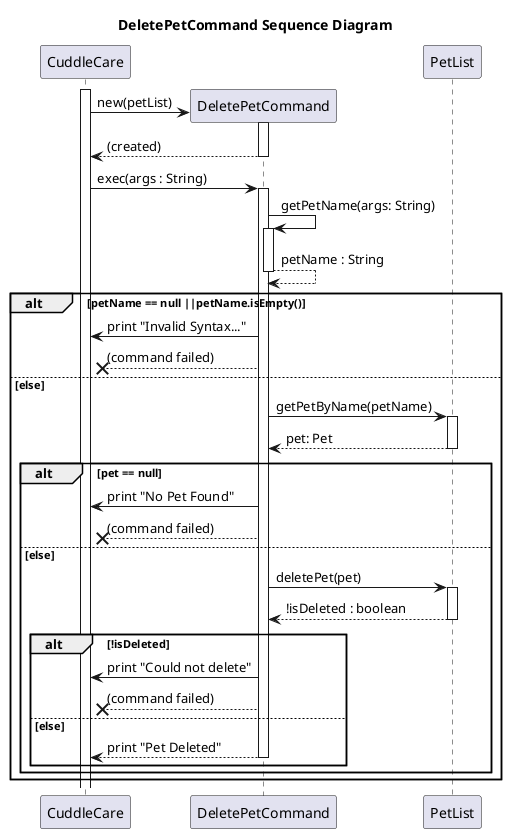
Above: docs/diagrams/DeletePetCommand_Sequence_Diagram.png in Kevin88866/tp (PlantUML), before the change.
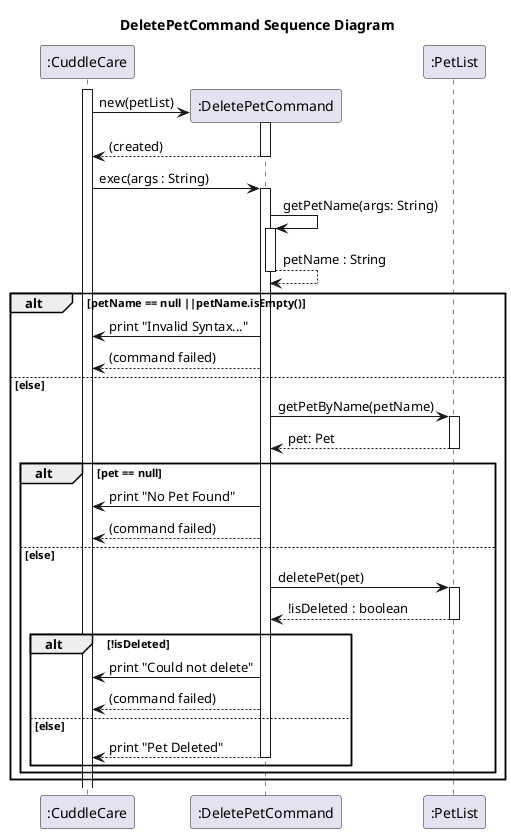
Above is the later version.

Commit message:
Update the UML Diagrams

Change to the diagram source:
```diff
@@ -1,5 +1,9 @@
 @startuml
 title DeletePetCommand Sequence Diagram
+
+participant ":CuddleCare" as CuddleCare
+participant ":DeletePetCommand" as DeletePetCommand
+participant ":PetList" as PetList
 
 activate CuddleCare
 
@@ -16,7 +20,7 @@
 
 alt petName == null ||petName.isEmpty()
     DeletePetCommand -> CuddleCare : print "Invalid Syntax..."
-    DeletePetCommand --x CuddleCare : (command failed)
+    DeletePetCommand --> CuddleCare : (command failed)
 
 else else
     DeletePetCommand -> PetList : getPetByName(petName)
@@ -25,7 +29,7 @@
 
     alt pet == null
         DeletePetCommand -> CuddleCare : print "No Pet Found"
-        DeletePetCommand --x CuddleCare : (command failed)
+        DeletePetCommand --> CuddleCare : (command failed)
 
     else else
         DeletePetCommand -> PetList : deletePet(pet)
@@ -34,7 +38,7 @@
 
         alt !isDeleted
             DeletePetCommand -> CuddleCare : print "Could not delete"
-            DeletePetCommand --x CuddleCare : (command failed)
+            DeletePetCommand --> CuddleCare : (command failed)
 
         else else
             return print "Pet Deleted"
```
